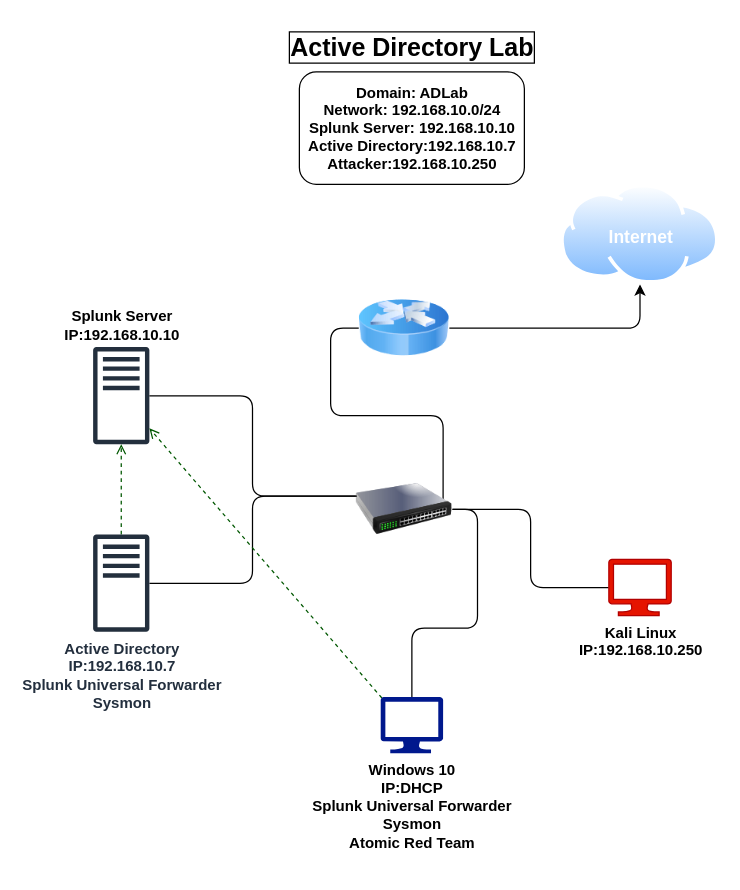
Earlier version of the draw.io diagram Untitled Diagram.drawio (uruc/Active-Directory-Lab). Source tidied: cells renumbered, new cells numbered last; positions are measured from the earlier drawing's top-left corner, leaving out a move shared by most shapes. Both pictures are drawn from the tidied source at 125%, with x=0, y=0 at pixel (92, 21).
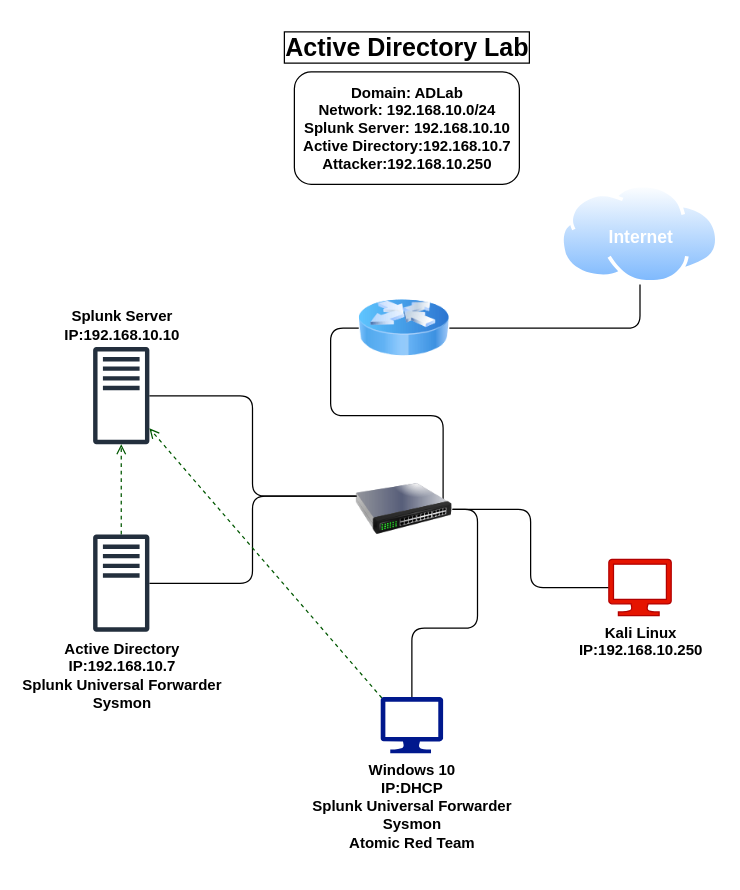
The same page after the edit.

Change to the diagram source:
```diff
@@
-<mxGraphModel>
+<mxGraphModel background="#ffffff">
   <root>
     <mxCell id="0" />
     <mxCell id="1" parent="0" />
     <mxCell id="2" value="Splunk Server&lt;div&gt;IP:192.168.10.10&lt;/div&gt;" style="sketch=0;outlineConnect=0;fontColor=default;gradientColor=none;fillColor=#232F3D;strokeColor=none;dashed=0;verticalLabelPosition=top;verticalAlign=bottom;align=center;html=1;fontSize=12;fontStyle=1;shape=mxgraph.aws4.traditional_server;labelPosition=center;textShadow=0;" parent="1" vertex="1">
       <mxGeometry y="260" width="45" height="78" as="geometry" />
     </mxCell>
     <mxCell id="3" style="edgeStyle=orthogonalEdgeStyle;rounded=1;jettySize=auto;html=1;entryX=0.003;entryY=0.368;entryDx=0;entryDy=0;entryPerimeter=0;endArrow=none;endFill=0;curved=0;" parent="1" edge="1" source="5" target="15">
       <mxGeometry relative="1" as="geometry" />
     </mxCell>
     <mxCell id="4" style="edgeStyle=orthogonalEdgeStyle;rounded=0;jettySize=auto;html=1;endArrow=open;endFill=0;dashed=1;fillColor=#008a00;strokeColor=#005700;" parent="1" edge="1" source="5" target="2">
       <mxGeometry relative="1" as="geometry" />
     </mxCell>
-    <mxCell id="5" value="Active Directory&lt;div&gt;IP:192.168.10.7&lt;/div&gt;&lt;div&gt;Splunk Universal Forwarder&lt;/div&gt;&lt;div&gt;Sysmon&lt;/div&gt;" style="sketch=0;outlineConnect=0;fontColor=#232F3E;gradientColor=none;fillColor=#232F3D;strokeColor=none;dashed=0;verticalLabelPosition=bottom;verticalAlign=top;align=center;html=1;fontSize=12;fontStyle=1;shape=mxgraph.aws4.traditional_server;" parent="1" vertex="1">
+    <mxCell id="5" value="Active Directory&lt;div&gt;IP:192.168.10.7&lt;/div&gt;&lt;div&gt;Splunk Universal Forwarder&lt;/div&gt;&lt;div&gt;Sysmon&lt;/div&gt;" style="sketch=0;outlineConnect=0;fontColor=#000000;gradientColor=none;fillColor=#232F3D;strokeColor=none;dashed=0;verticalLabelPosition=bottom;verticalAlign=top;align=center;html=1;fontSize=12;fontStyle=1;shape=mxgraph.aws4.traditional_server;" parent="1" vertex="1">
       <mxGeometry y="410" width="45" height="78" as="geometry" />
     </mxCell>
     <mxCell id="6" style="edgeStyle=orthogonalEdgeStyle;rounded=1;jettySize=auto;html=1;entryX=1;entryY=0.5;entryDx=0;entryDy=0;strokeColor=default;curved=0;shadow=0;flowAnimation=0;strokeWidth=1;endArrow=none;endFill=0;" parent="1" edge="1" source="8" target="15">
       <mxGeometry relative="1" as="geometry" />
     </mxCell>
     <mxCell id="7" style="rounded=0;jettySize=auto;html=1;exitX=0.02;exitY=0.02;exitDx=0;exitDy=0;exitPerimeter=0;dashed=1;endArrow=open;endFill=0;fillColor=#008a00;strokeColor=#005700;" parent="1" edge="1" source="8" target="2">
       <mxGeometry relative="1" as="geometry" />
     </mxCell>
     <mxCell id="8" value="Windows 10&lt;div&gt;IP:DHCP&lt;/div&gt;&lt;div&gt;Splunk Universal Forwarder&lt;/div&gt;&lt;div&gt;Sysmon&lt;/div&gt;&lt;div&gt;Atomic Red Team&lt;/div&gt;&lt;div&gt;&lt;br&gt;&lt;/div&gt;" style="sketch=0;shadow=0;dashed=0;html=1;strokeColor=none;labelPosition=center;verticalLabelPosition=bottom;verticalAlign=top;align=center;fillColor=#00188D;shape=mxgraph.azure.computer;fontStyle=1;" parent="1" vertex="1">
       <mxGeometry x="230" y="540" width="50" height="45" as="geometry" />
     </mxCell>
     <mxCell id="9" style="edgeStyle=orthogonalEdgeStyle;rounded=1;jettySize=auto;html=1;strokeColor=default;curved=0;endArrow=none;endFill=0;" parent="1" edge="1" source="10" target="15">
       <mxGeometry relative="1" as="geometry" />
     </mxCell>
     <mxCell id="10" value="Kali Linux&lt;div&gt;IP:192.168.10.250&lt;/div&gt;&lt;div&gt;&lt;br&gt;&lt;/div&gt;" style="sketch=0;shadow=0;dashed=0;html=1;strokeColor=#B20000;labelPosition=center;verticalLabelPosition=bottom;verticalAlign=top;align=center;fillColor=#e51400;shape=mxgraph.azure.computer;fontColor=#000000;fontStyle=1;" parent="1" vertex="1">
       <mxGeometry x="412.5" y="430" width="50" height="45" as="geometry" />
     </mxCell>
-    <mxCell id="11" style="edgeStyle=orthogonalEdgeStyle;rounded=1;jettySize=auto;html=1;entryX=0.5;entryY=1;entryDx=0;entryDy=0;curved=0;" parent="1" edge="1" source="12" target="13">
+    <mxCell id="11" style="edgeStyle=orthogonalEdgeStyle;rounded=1;jettySize=auto;html=1;entryX=0.5;entryY=1;entryDx=0;entryDy=0;curved=0;endArrow=none;endFill=0;" parent="1" edge="1" source="12" target="13">
       <mxGeometry relative="1" as="geometry" />
     </mxCell>
     <mxCell id="12" style="image;html=1;image=img/lib/clip_art/networking/Router_Icon_128x128.png;imageBorder=none;" parent="1" vertex="1">
       <mxGeometry x="212.5" y="210" width="72.5" height="70" as="geometry" />
     </mxCell>
     <mxCell id="13" value="Internet" style="image;perimeter=ellipsePerimeter;html=1;align=center;shadow=0;dashed=0;spacingTop=3;image=img/lib/active_directory/internet_cloud.svg;labelPosition=center;verticalLabelPosition=middle;verticalAlign=middle;labelBackgroundColor=none;fontColor=#FFFFFF;fontStyle=1;fontSize=14;" parent="1" vertex="1">
       <mxGeometry x="374" y="130" width="127" height="80" as="geometry" />
     </mxCell>
     <mxCell id="14" style="edgeStyle=orthogonalEdgeStyle;rounded=1;jettySize=auto;html=1;exitX=0.903;exitY=0.5;exitDx=0;exitDy=0;exitPerimeter=0;endArrow=none;endFill=0;entryX=0;entryY=0.5;entryDx=0;entryDy=0;curved=0;" parent="1" edge="1" source="15" target="12">
       <mxGeometry relative="1" as="geometry" />
     </mxCell>
     <mxCell id="15" style="image;html=1;image=img/lib/clip_art/networking/Switch_128x128.png;imageBorder=none;shadow=0;perimeterSpacing=0;imageBackground=none;" parent="1" vertex="1">
       <mxGeometry x="210" y="350" width="77.5" height="80" as="geometry" />
     </mxCell>
     <mxCell id="16" value="Domain: ADLab&lt;div&gt;Network: 192.168.10.0/24&lt;/div&gt;&lt;div&gt;Splunk Server: 192.168.10.10&lt;/div&gt;&lt;div&gt;Active Directory:192.168.10.7&lt;/div&gt;&lt;div&gt;Attacker:192.168.10.250&lt;/div&gt;" style="text;html=1;align=center;verticalAlign=middle;rounded=1;glass=0;shadow=0;fillColor=none;strokeColor=default;fontColor=default;gradientColor=none;fontStyle=1;" parent="1" vertex="1">
-      <mxGeometry x="165" y="40" width="180" height="90" as="geometry" />
+      <mxGeometry x="161" y="40" width="180" height="90" as="geometry" />
     </mxCell>
     <mxCell id="17" style="edgeStyle=orthogonalEdgeStyle;rounded=1;jettySize=auto;html=1;entryX=0.013;entryY=0.368;entryDx=0;entryDy=0;entryPerimeter=0;endArrow=none;endFill=0;curved=0;" parent="1" edge="1" source="2" target="15">
       <mxGeometry relative="1" as="geometry" />
     </mxCell>
     <mxCell id="18" value="Active Directory Lab" style="text;html=1;align=center;verticalAlign=middle;strokeColor=none;fillColor=none;fontStyle=1;fontSize=20;labelPosition=center;verticalLabelPosition=middle;horizontal=1;labelBorderColor=default;" parent="1" vertex="1">
-      <mxGeometry x="155" width="200" height="40" as="geometry" />
+      <mxGeometry x="151" width="200" height="40" as="geometry" />
     </mxCell>
   </root>
 </mxGraphModel>
```
